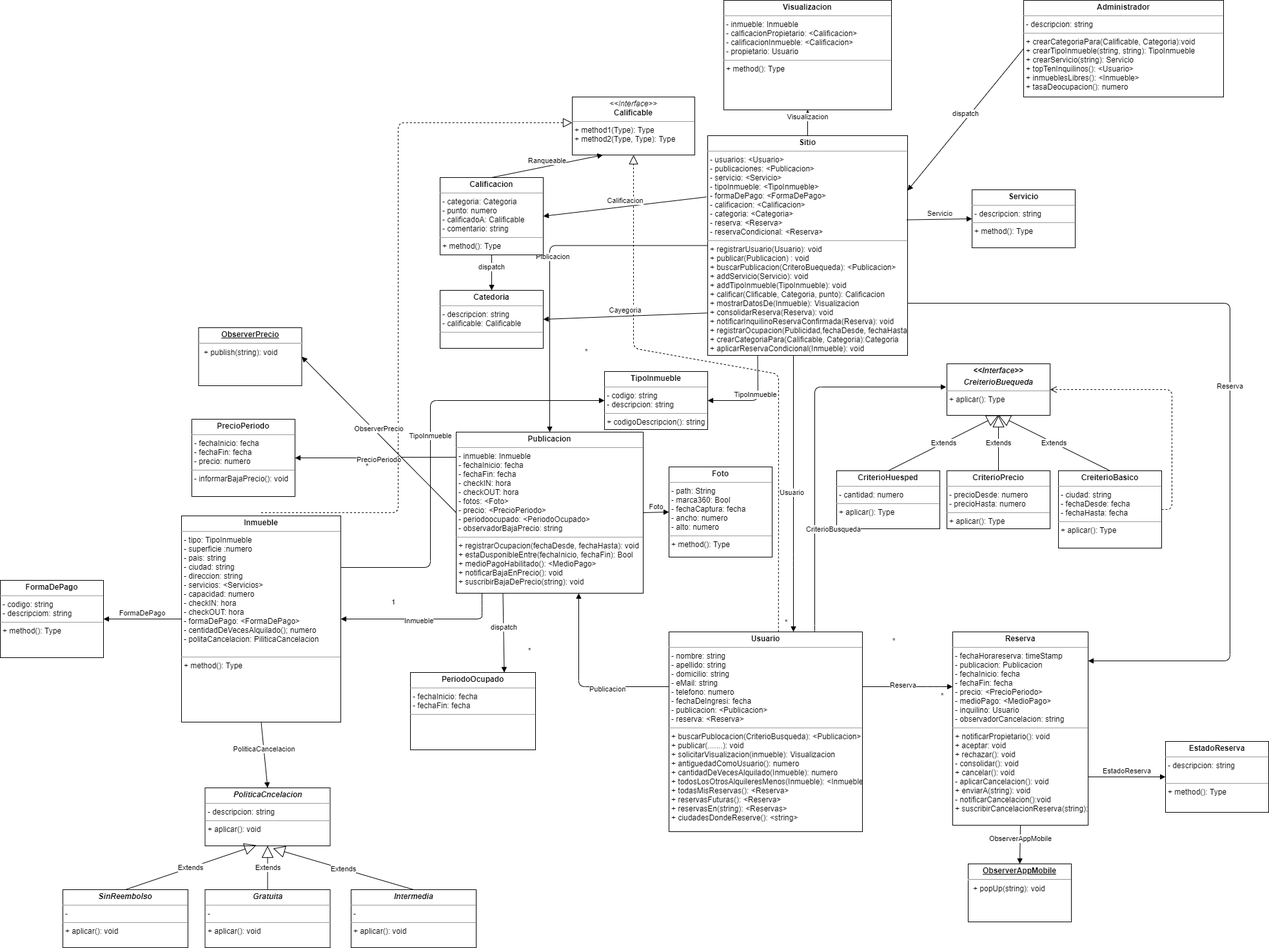
Above: UML_PO2_TP_FINALPNG1.png in CundariNicolas/PO2_TP_FINAL_2021 (draw.io), before the change. Source tidied: cells renumbered, new cells last; positions are measured from the earlier drawing's top-left corner, leaving out a move shared by most shapes.
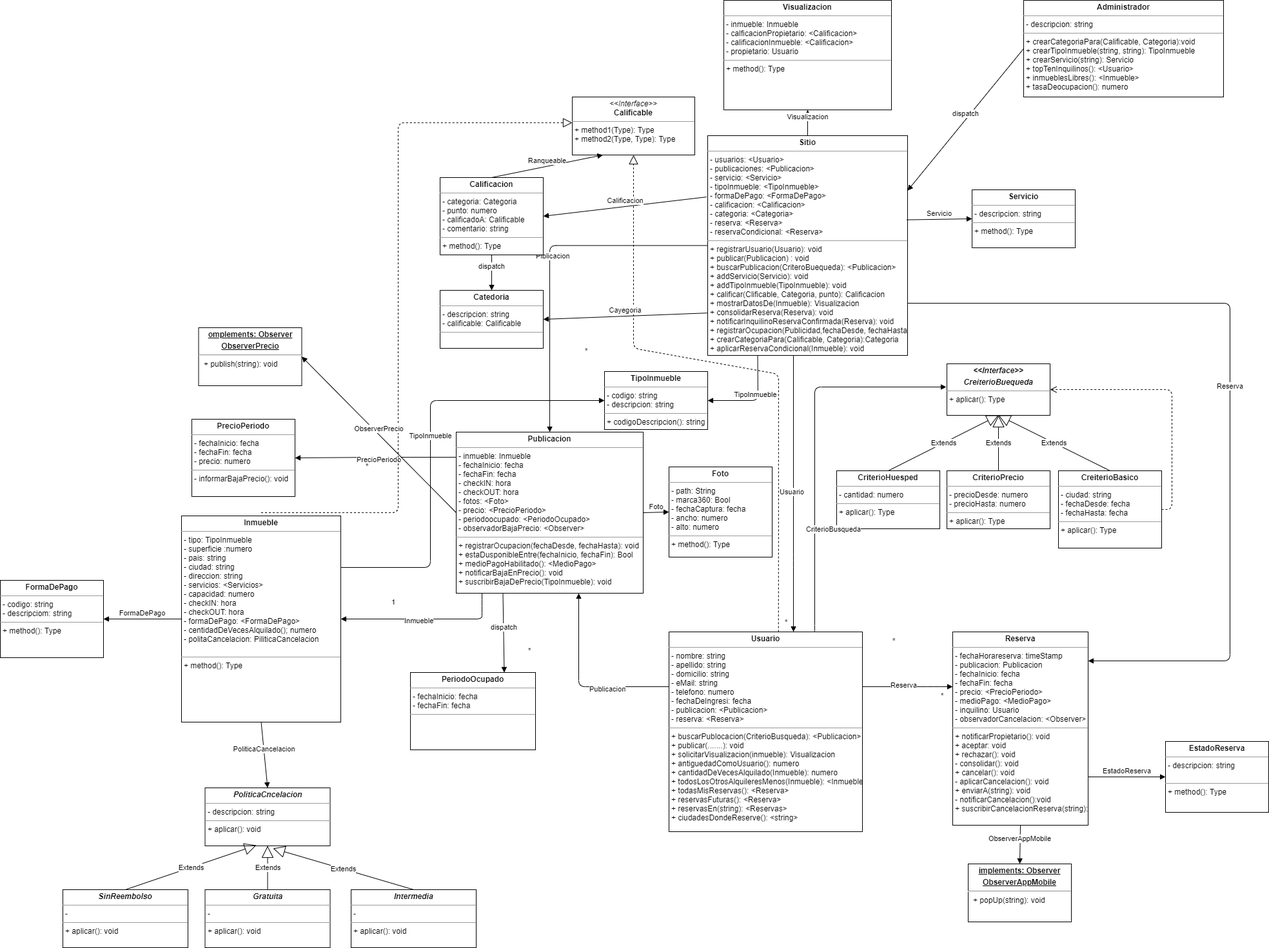
The same file after the commit.

Change to the diagram source:
```diff
@@ -5,7 +5,7 @@
     <mxCell id="2" value="&lt;p style=&quot;margin: 0px ; margin-top: 4px ; text-align: center&quot;&gt;&lt;b&gt;Usuario&lt;/b&gt;&lt;/p&gt;&lt;hr size=&quot;1&quot;&gt;&lt;p style=&quot;margin: 0px ; margin-left: 4px&quot;&gt;- nombre: string&lt;/p&gt;&lt;p style=&quot;margin: 0px ; margin-left: 4px&quot;&gt;- apellido: string&lt;/p&gt;&lt;p style=&quot;margin: 0px ; margin-left: 4px&quot;&gt;- domicilio: string&lt;/p&gt;&lt;p style=&quot;margin: 0px ; margin-left: 4px&quot;&gt;- eMail: string&lt;/p&gt;&lt;p style=&quot;margin: 0px ; margin-left: 4px&quot;&gt;- telefono: numero&lt;/p&gt;&lt;p style=&quot;margin: 0px ; margin-left: 4px&quot;&gt;- fechaDeIngresi: fecha&lt;/p&gt;&lt;p style=&quot;margin: 0px ; margin-left: 4px&quot;&gt;- publicacion: &amp;lt;Publicacion&amp;gt;&lt;/p&gt;&lt;p style=&quot;margin: 0px ; margin-left: 4px&quot;&gt;- reserva: &amp;lt;Reserva&amp;gt;&lt;/p&gt;&lt;hr size=&quot;1&quot;&gt;&lt;p style=&quot;margin: 0px ; margin-left: 4px&quot;&gt;+ buscarPublocacion(CriterioBusqueda): &amp;lt;Publicacion&amp;gt;&lt;/p&gt;&lt;p style=&quot;margin: 0px ; margin-left: 4px&quot;&gt;+ publicar(.......): void&lt;/p&gt;&lt;p style=&quot;margin: 0px ; margin-left: 4px&quot;&gt;+ solicitarVisualizacion(inmueble): Visualizacion&lt;/p&gt;&lt;p style=&quot;margin: 0px ; margin-left: 4px&quot;&gt;+ antiguedadComoUsuario(): numero&lt;/p&gt;&lt;p style=&quot;margin: 0px ; margin-left: 4px&quot;&gt;+ cantidadDeVecesAlquilado(Inmueble): numero&lt;/p&gt;&lt;p style=&quot;margin: 0px ; margin-left: 4px&quot;&gt;+ todosLosOtrosAlquileresMenos(Inmueble): &amp;lt;Inmueble&amp;gt;&lt;/p&gt;&lt;p style=&quot;margin: 0px ; margin-left: 4px&quot;&gt;+ todasMisReservas(): &amp;lt;Reserva&amp;gt;&lt;/p&gt;&lt;p style=&quot;margin: 0px ; margin-left: 4px&quot;&gt;+ reservasFuturas(): &amp;lt;Reserva&amp;gt;&lt;/p&gt;&lt;p style=&quot;margin: 0px ; margin-left: 4px&quot;&gt;+ reservasEn(string): &amp;lt;Reservas&amp;gt;&lt;/p&gt;&lt;p style=&quot;margin: 0px ; margin-left: 4px&quot;&gt;+ ciudadesDondeReserve(): &amp;lt;string&amp;gt;&lt;/p&gt;" style="verticalAlign=top;align=left;overflow=fill;fontSize=12;fontFamily=Helvetica;html=1;" parent="1" vertex="1">
       <mxGeometry x="1037" y="980" width="300" height="310" as="geometry" />
     </mxCell>
-    <mxCell id="3" value="&lt;p style=&quot;margin: 0px ; margin-top: 4px ; text-align: center&quot;&gt;&lt;b&gt;Publicacion&lt;/b&gt;&lt;/p&gt;&lt;hr size=&quot;1&quot;&gt;&lt;p style=&quot;margin: 0px ; margin-left: 4px&quot;&gt;- inmueble: Inmueble&lt;/p&gt;&lt;p style=&quot;margin: 0px ; margin-left: 4px&quot;&gt;- fechaInicio: fecha&lt;/p&gt;&lt;p style=&quot;margin: 0px ; margin-left: 4px&quot;&gt;- fechaFin: fecha&lt;/p&gt;&lt;p style=&quot;margin: 0px ; margin-left: 4px&quot;&gt;- checkIN: hora&lt;/p&gt;&lt;p style=&quot;margin: 0px ; margin-left: 4px&quot;&gt;- checkOUT: hora&lt;/p&gt;&lt;p style=&quot;margin: 0px ; margin-left: 4px&quot;&gt;- fotos: &amp;lt;Foto&amp;gt;&lt;/p&gt;&lt;p style=&quot;margin: 0px ; margin-left: 4px&quot;&gt;- precio: &amp;lt;PrecioPeriodo&amp;gt;&lt;/p&gt;&lt;p style=&quot;margin: 0px ; margin-left: 4px&quot;&gt;&lt;span&gt;- periodoocupado: &amp;lt;PeriodoOcupado&amp;gt;&lt;/span&gt;&lt;br&gt;&lt;/p&gt;&lt;p style=&quot;margin: 0px ; margin-left: 4px&quot;&gt;&lt;span&gt;- observadorBajaPrecio: string&lt;/span&gt;&lt;/p&gt;&lt;hr size=&quot;1&quot;&gt;&lt;p style=&quot;margin: 0px ; margin-left: 4px&quot;&gt;+ registrarOcupacion(fechaDesde, fechaHasta): void&lt;/p&gt;&lt;p style=&quot;margin: 0px ; margin-left: 4px&quot;&gt;+ estaDusponibleEntre(fechaInicio, fechaFin): Bool&lt;br&gt;&lt;/p&gt;&lt;p style=&quot;margin: 0px ; margin-left: 4px&quot;&gt;+ medioPagoHabilitado(): &amp;lt;MedioPago&amp;gt;&lt;br&gt;&lt;/p&gt;&lt;p style=&quot;margin: 0px ; margin-left: 4px&quot;&gt;+ notificarBajaEnPrecio(): void&lt;/p&gt;&lt;p style=&quot;margin: 0px ; margin-left: 4px&quot;&gt;+ suscribirBajaDePrecio(string): void&lt;/p&gt;" style="verticalAlign=top;align=left;overflow=fill;fontSize=12;fontFamily=Helvetica;html=1;" parent="1" vertex="1">
+    <mxCell id="3" value="&lt;p style=&quot;margin: 0px ; margin-top: 4px ; text-align: center&quot;&gt;&lt;b&gt;Publicacion&lt;/b&gt;&lt;/p&gt;&lt;hr size=&quot;1&quot;&gt;&lt;p style=&quot;margin: 0px ; margin-left: 4px&quot;&gt;- inmueble: Inmueble&lt;/p&gt;&lt;p style=&quot;margin: 0px ; margin-left: 4px&quot;&gt;- fechaInicio: fecha&lt;/p&gt;&lt;p style=&quot;margin: 0px ; margin-left: 4px&quot;&gt;- fechaFin: fecha&lt;/p&gt;&lt;p style=&quot;margin: 0px ; margin-left: 4px&quot;&gt;- checkIN: hora&lt;/p&gt;&lt;p style=&quot;margin: 0px ; margin-left: 4px&quot;&gt;- checkOUT: hora&lt;/p&gt;&lt;p style=&quot;margin: 0px ; margin-left: 4px&quot;&gt;- fotos: &amp;lt;Foto&amp;gt;&lt;/p&gt;&lt;p style=&quot;margin: 0px ; margin-left: 4px&quot;&gt;- precio: &amp;lt;PrecioPeriodo&amp;gt;&lt;/p&gt;&lt;p style=&quot;margin: 0px ; margin-left: 4px&quot;&gt;&lt;span&gt;- periodoocupado: &amp;lt;PeriodoOcupado&amp;gt;&lt;/span&gt;&lt;br&gt;&lt;/p&gt;&lt;p style=&quot;margin: 0px ; margin-left: 4px&quot;&gt;&lt;span&gt;- observadorBajaPrecio: &amp;lt;Observer&amp;gt;&lt;/span&gt;&lt;/p&gt;&lt;hr size=&quot;1&quot;&gt;&lt;p style=&quot;margin: 0px ; margin-left: 4px&quot;&gt;+ registrarOcupacion(fechaDesde, fechaHasta): void&lt;/p&gt;&lt;p style=&quot;margin: 0px ; margin-left: 4px&quot;&gt;+ estaDusponibleEntre(fechaInicio, fechaFin): Bool&lt;br&gt;&lt;/p&gt;&lt;p style=&quot;margin: 0px ; margin-left: 4px&quot;&gt;+ medioPagoHabilitado(): &amp;lt;MedioPago&amp;gt;&lt;br&gt;&lt;/p&gt;&lt;p style=&quot;margin: 0px ; margin-left: 4px&quot;&gt;+ notificarBajaEnPrecio(): void&lt;/p&gt;&lt;p style=&quot;margin: 0px ; margin-left: 4px&quot;&gt;+ suscribirBajaDePrecio(TipoInmueble): void&lt;/p&gt;" style="verticalAlign=top;align=left;overflow=fill;fontSize=12;fontFamily=Helvetica;html=1;" parent="1" vertex="1">
       <mxGeometry x="707" y="670" width="290" height="250" as="geometry" />
     </mxCell>
     <mxCell id="4" value="&lt;p style=&quot;margin: 0px ; margin-top: 4px ; text-align: center&quot;&gt;&lt;b&gt;Sitio&lt;/b&gt;&lt;/p&gt;&lt;hr size=&quot;1&quot;&gt;&lt;p style=&quot;margin: 0px ; margin-left: 4px&quot;&gt;- usuarios: &amp;lt;Usuario&amp;gt;&lt;/p&gt;&lt;p style=&quot;margin: 0px ; margin-left: 4px&quot;&gt;- publicaciones: &amp;lt;Publicacion&amp;gt;&lt;/p&gt;&lt;p style=&quot;margin: 0px ; margin-left: 4px&quot;&gt;- servicio: &amp;lt;Servicio&amp;gt;&lt;/p&gt;&lt;p style=&quot;margin: 0px ; margin-left: 4px&quot;&gt;- tipoInmueble: &amp;lt;TipoInmueble&amp;gt;&lt;/p&gt;&lt;p style=&quot;margin: 0px ; margin-left: 4px&quot;&gt;- formaDePago: &amp;lt;FormaDePago&amp;gt;&lt;/p&gt;&lt;p style=&quot;margin: 0px ; margin-left: 4px&quot;&gt;- calificacion: &amp;lt;Calificacion&amp;gt;&lt;/p&gt;&lt;p style=&quot;margin: 0px ; margin-left: 4px&quot;&gt;- categoria: &amp;lt;Categoria&amp;gt;&lt;/p&gt;&lt;p style=&quot;margin: 0px ; margin-left: 4px&quot;&gt;- reserva: &amp;lt;Reserva&amp;gt;&lt;/p&gt;&lt;p style=&quot;margin: 0px ; margin-left: 4px&quot;&gt;- reservaCondicional: &amp;lt;Reserva&amp;gt;&lt;/p&gt;&lt;hr size=&quot;1&quot;&gt;&lt;p style=&quot;margin: 0px ; margin-left: 4px&quot;&gt;+ registrarUsuario(Usuario): void&lt;/p&gt;&lt;p style=&quot;margin: 0px ; margin-left: 4px&quot;&gt;+ publicar(Publicacion) : void&lt;/p&gt;&lt;p style=&quot;margin: 0px ; margin-left: 4px&quot;&gt;+ buscarPublicacion(CriteroBuequeda): &amp;lt;Publicacion&amp;gt;&lt;/p&gt;&lt;p style=&quot;margin: 0px ; margin-left: 4px&quot;&gt;+ addServicio(Servicio): void&lt;/p&gt;&lt;p style=&quot;margin: 0px ; margin-left: 4px&quot;&gt;+ addTipoInmueble(TipoInmueble): void&lt;/p&gt;&lt;p style=&quot;margin: 0px ; margin-left: 4px&quot;&gt;+ calificar(Clificable, Categoria, punto): Calificacion&lt;/p&gt;&lt;p style=&quot;margin: 0px ; margin-left: 4px&quot;&gt;+ mostrarDatosDe(Inmueble): Visualizacion&lt;/p&gt;&lt;p style=&quot;margin: 0px ; margin-left: 4px&quot;&gt;+ consolidarReserva(Reserva): void&lt;/p&gt;&lt;p style=&quot;margin: 0px ; margin-left: 4px&quot;&gt;+ notificarInquilinoReservaConfirmada(Reserva): void&lt;/p&gt;&lt;p style=&quot;margin: 0px ; margin-left: 4px&quot;&gt;+ registrarOcupacion(Publicidad,fechaDesde, fechaHasta)&lt;/p&gt;&lt;p style=&quot;margin: 0px ; margin-left: 4px&quot;&gt;+ crearCategoriaPara(Calificable, Categoria):Categoria&lt;br&gt;&lt;/p&gt;&lt;p style=&quot;margin: 0px ; margin-left: 4px&quot;&gt;+ aplicarReservaCondicional(Inmueble): void&lt;/p&gt;" style="verticalAlign=top;align=left;overflow=fill;fontSize=12;fontFamily=Helvetica;html=1;" parent="1" vertex="1">
@@ -17,7 +17,7 @@
     <mxCell id="6" value="&lt;p style=&quot;margin: 0px ; margin-top: 4px ; text-align: center&quot;&gt;&lt;b&gt;PrecioPeriodo&lt;/b&gt;&lt;/p&gt;&lt;hr size=&quot;1&quot;&gt;&lt;p style=&quot;margin: 0px ; margin-left: 4px&quot;&gt;- fechaInicio: fecha&lt;/p&gt;&lt;p style=&quot;margin: 0px ; margin-left: 4px&quot;&gt;- fechaFin: fecha&lt;/p&gt;&lt;p style=&quot;margin: 0px ; margin-left: 4px&quot;&gt;- precio: numero&lt;/p&gt;&lt;hr size=&quot;1&quot;&gt;&lt;p style=&quot;margin: 0px ; margin-left: 4px&quot;&gt;- informarBajaPrecio(): void&lt;/p&gt;" style="verticalAlign=top;align=left;overflow=fill;fontSize=12;fontFamily=Helvetica;html=1;" parent="1" vertex="1">
       <mxGeometry x="297" y="650" width="160" height="120" as="geometry" />
     </mxCell>
-    <mxCell id="7" value="&lt;p style=&quot;margin: 0px ; margin-top: 4px ; text-align: center&quot;&gt;&lt;b&gt;Reserva&lt;/b&gt;&lt;/p&gt;&lt;hr size=&quot;1&quot;&gt;&lt;p style=&quot;margin: 0px ; margin-left: 4px&quot;&gt;- fechaHorareserva: timeStamp&lt;/p&gt;&lt;p style=&quot;margin: 0px ; margin-left: 4px&quot;&gt;- publicacion: Publicacion&lt;/p&gt;&lt;p style=&quot;margin: 0px ; margin-left: 4px&quot;&gt;- fechaInicio: fecha&lt;/p&gt;&lt;p style=&quot;margin: 0px ; margin-left: 4px&quot;&gt;- fechaFin: fecha&lt;/p&gt;&lt;p style=&quot;margin: 0px ; margin-left: 4px&quot;&gt;- precio: &amp;lt;PrecioPeriodo&amp;gt;&lt;/p&gt;&lt;p style=&quot;margin: 0px ; margin-left: 4px&quot;&gt;- medioPago: &amp;lt;MedioPago&amp;gt;&lt;/p&gt;&lt;p style=&quot;margin: 0px ; margin-left: 4px&quot;&gt;- inquilino: Usuario&lt;/p&gt;&lt;p style=&quot;margin: 0px ; margin-left: 4px&quot;&gt;- observadorCancelacion: string&lt;/p&gt;&lt;hr size=&quot;1&quot;&gt;&lt;p style=&quot;margin: 0px ; margin-left: 4px&quot;&gt;+ notificarPropietario(): void&lt;/p&gt;&lt;p style=&quot;margin: 0px ; margin-left: 4px&quot;&gt;+ aceptar: void&lt;/p&gt;&lt;p style=&quot;margin: 0px ; margin-left: 4px&quot;&gt;+ rechazar(): void&lt;/p&gt;&lt;p style=&quot;margin: 0px ; margin-left: 4px&quot;&gt;- consolidar(): void&lt;/p&gt;&lt;p style=&quot;margin: 0px ; margin-left: 4px&quot;&gt;+ cancelar(): void&lt;/p&gt;&lt;p style=&quot;margin: 0px ; margin-left: 4px&quot;&gt;- aplicarCancelacion(): void&lt;/p&gt;&lt;p style=&quot;margin: 0px ; margin-left: 4px&quot;&gt;+ enviarA(string): void&lt;/p&gt;&lt;p style=&quot;margin: 0px ; margin-left: 4px&quot;&gt;- notificarCancelacion():void&lt;/p&gt;&lt;p style=&quot;margin: 0px ; margin-left: 4px&quot;&gt;+ suscribirCancelacionReserva(string):void&lt;/p&gt;" style="verticalAlign=top;align=left;overflow=fill;fontSize=12;fontFamily=Helvetica;html=1;" parent="1" vertex="1">
+    <mxCell id="7" value="&lt;p style=&quot;margin: 0px ; margin-top: 4px ; text-align: center&quot;&gt;&lt;b&gt;Reserva&lt;/b&gt;&lt;/p&gt;&lt;hr size=&quot;1&quot;&gt;&lt;p style=&quot;margin: 0px ; margin-left: 4px&quot;&gt;- fechaHorareserva: timeStamp&lt;/p&gt;&lt;p style=&quot;margin: 0px ; margin-left: 4px&quot;&gt;- publicacion: Publicacion&lt;/p&gt;&lt;p style=&quot;margin: 0px ; margin-left: 4px&quot;&gt;- fechaInicio: fecha&lt;/p&gt;&lt;p style=&quot;margin: 0px ; margin-left: 4px&quot;&gt;- fechaFin: fecha&lt;/p&gt;&lt;p style=&quot;margin: 0px ; margin-left: 4px&quot;&gt;- precio: &amp;lt;PrecioPeriodo&amp;gt;&lt;/p&gt;&lt;p style=&quot;margin: 0px ; margin-left: 4px&quot;&gt;- medioPago: &amp;lt;MedioPago&amp;gt;&lt;/p&gt;&lt;p style=&quot;margin: 0px ; margin-left: 4px&quot;&gt;- inquilino: Usuario&lt;/p&gt;&lt;p style=&quot;margin: 0px ; margin-left: 4px&quot;&gt;- observadorCancelacion: &amp;lt;Observer&amp;gt;&lt;/p&gt;&lt;hr size=&quot;1&quot;&gt;&lt;p style=&quot;margin: 0px ; margin-left: 4px&quot;&gt;+ notificarPropietario(): void&lt;/p&gt;&lt;p style=&quot;margin: 0px ; margin-left: 4px&quot;&gt;+ aceptar: void&lt;/p&gt;&lt;p style=&quot;margin: 0px ; margin-left: 4px&quot;&gt;+ rechazar(): void&lt;/p&gt;&lt;p style=&quot;margin: 0px ; margin-left: 4px&quot;&gt;- consolidar(): void&lt;/p&gt;&lt;p style=&quot;margin: 0px ; margin-left: 4px&quot;&gt;+ cancelar(): void&lt;/p&gt;&lt;p style=&quot;margin: 0px ; margin-left: 4px&quot;&gt;- aplicarCancelacion(): void&lt;/p&gt;&lt;p style=&quot;margin: 0px ; margin-left: 4px&quot;&gt;+ enviarA(string): void&lt;/p&gt;&lt;p style=&quot;margin: 0px ; margin-left: 4px&quot;&gt;- notificarCancelacion():void&lt;/p&gt;&lt;p style=&quot;margin: 0px ; margin-left: 4px&quot;&gt;+ suscribirCancelacionReserva(string):void&lt;/p&gt;" style="verticalAlign=top;align=left;overflow=fill;fontSize=12;fontFamily=Helvetica;html=1;" parent="1" vertex="1">
       <mxGeometry x="1477" y="980" width="210" height="300" as="geometry" />
     </mxCell>
     <mxCell id="8" value="Usuario" style="endArrow=block;endFill=1;html=1;edgeStyle=orthogonalEdgeStyle;align=left;verticalAlign=top;" parent="1" edge="1" source="4" target="2">
@@ -265,13 +265,13 @@
     <mxCell id="64" value="PoliticaCancelacion" style="html=1;verticalAlign=bottom;endArrow=block;entryX=0.5;entryY=0;entryDx=0;entryDy=0;exitX=0.5;exitY=1;exitDx=0;exitDy=0;" parent="1" edge="1" source="5" target="57">
       <mxGeometry relative="1" as="geometry" />
     </mxCell>
-    <mxCell id="65" value="&lt;p style=&quot;margin: 0px ; margin-top: 4px ; text-align: center ; text-decoration: underline&quot;&gt;&lt;b&gt;ObserverPrecio&lt;/b&gt;&lt;/p&gt;&lt;hr&gt;&lt;p style=&quot;margin: 0px ; margin-left: 8px&quot;&gt;+ publish(string): void&lt;/p&gt;" style="verticalAlign=top;align=left;overflow=fill;fontSize=12;fontFamily=Helvetica;html=1;" parent="1" vertex="1">
+    <mxCell id="65" value="&lt;p style=&quot;margin: 0px ; margin-top: 4px ; text-align: center ; text-decoration: underline&quot;&gt;&lt;b&gt;omplements: Observer&lt;/b&gt;&lt;/p&gt;&lt;p style=&quot;margin: 0px ; margin-top: 4px ; text-align: center ; text-decoration: underline&quot;&gt;&lt;b&gt;ObserverPrecio&lt;/b&gt;&lt;/p&gt;&lt;hr&gt;&lt;p style=&quot;margin: 0px ; margin-left: 8px&quot;&gt;+ publish(string): void&lt;/p&gt;" style="verticalAlign=top;align=left;overflow=fill;fontSize=12;fontFamily=Helvetica;html=1;" parent="1" vertex="1">
       <mxGeometry x="307.5" y="508" width="160" height="90" as="geometry" />
     </mxCell>
     <mxCell id="66" value="ObserverPrecio" style="html=1;verticalAlign=bottom;endArrow=block;exitX=0;exitY=0.5;exitDx=0;exitDy=0;entryX=1;entryY=0.5;entryDx=0;entryDy=0;" parent="1" edge="1" source="3" target="65">
       <mxGeometry relative="1" as="geometry" />
     </mxCell>
-    <mxCell id="67" value="&lt;p style=&quot;margin: 0px ; margin-top: 4px ; text-align: center ; text-decoration: underline&quot;&gt;&lt;b&gt;ObserverAppMobile&lt;/b&gt;&lt;/p&gt;&lt;hr&gt;&lt;p style=&quot;margin: 0px ; margin-left: 8px&quot;&gt;+ popUp(string): void&lt;/p&gt;" style="verticalAlign=top;align=left;overflow=fill;fontSize=12;fontFamily=Helvetica;html=1;" parent="1" vertex="1">
+    <mxCell id="67" value="&lt;p style=&quot;margin: 0px ; margin-top: 4px ; text-align: center ; text-decoration: underline&quot;&gt;&lt;b&gt;implements: Observer&lt;/b&gt;&lt;/p&gt;&lt;p style=&quot;margin: 0px ; margin-top: 4px ; text-align: center ; text-decoration: underline&quot;&gt;&lt;b&gt;ObserverAppMobile&lt;/b&gt;&lt;/p&gt;&lt;hr&gt;&lt;p style=&quot;margin: 0px ; margin-left: 8px&quot;&gt;+ popUp(string): void&lt;/p&gt;" style="verticalAlign=top;align=left;overflow=fill;fontSize=12;fontFamily=Helvetica;html=1;" parent="1" vertex="1">
       <mxGeometry x="1501" y="1340" width="160" height="90" as="geometry" />
     </mxCell>
     <mxCell id="68" value="ObserverAppMobile" style="html=1;verticalAlign=bottom;endArrow=block;exitX=0.5;exitY=1;exitDx=0;exitDy=0;entryX=0.5;entryY=0;entryDx=0;entryDy=0;" parent="1" edge="1" source="7" target="67">
```
